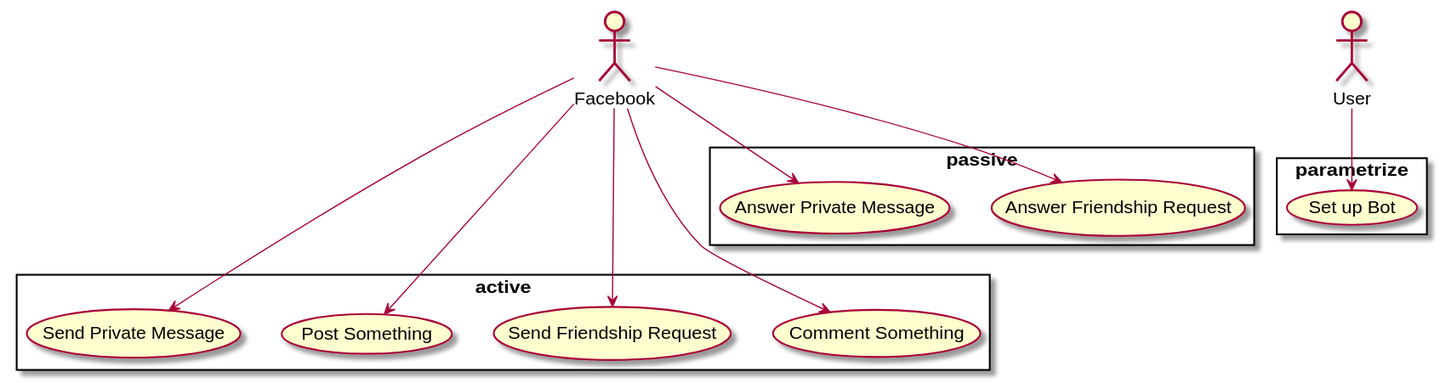
The PlantUML diagram documentation/UseCase.svg in 5l1v3r1/SocialBot-1, before a commit. Its diagram source:
```plantuml
@startuml

rectangle active {
  usecase APM as "Send Private Message"
  usecase APOST as "Post Something"
  usecase AFR as "Send Friendship Request"
  usecase AC as "Comment Something"
}

rectangle passive {
  usecase PFR as "Answer Friendship Request"
  usecase PPM as "Answer Private Message"
}

rectangle parametrize {
  usecase PSUPB as "Set up Bot"
}

:Facebook: ---> APM
:Facebook: ---> APOST
:Facebook: ---> AFR
:Facebook: ---> AC
:Facebook: --> PFR
:Facebook: --> PPM

:User: --> PSUPB

@enduml
```
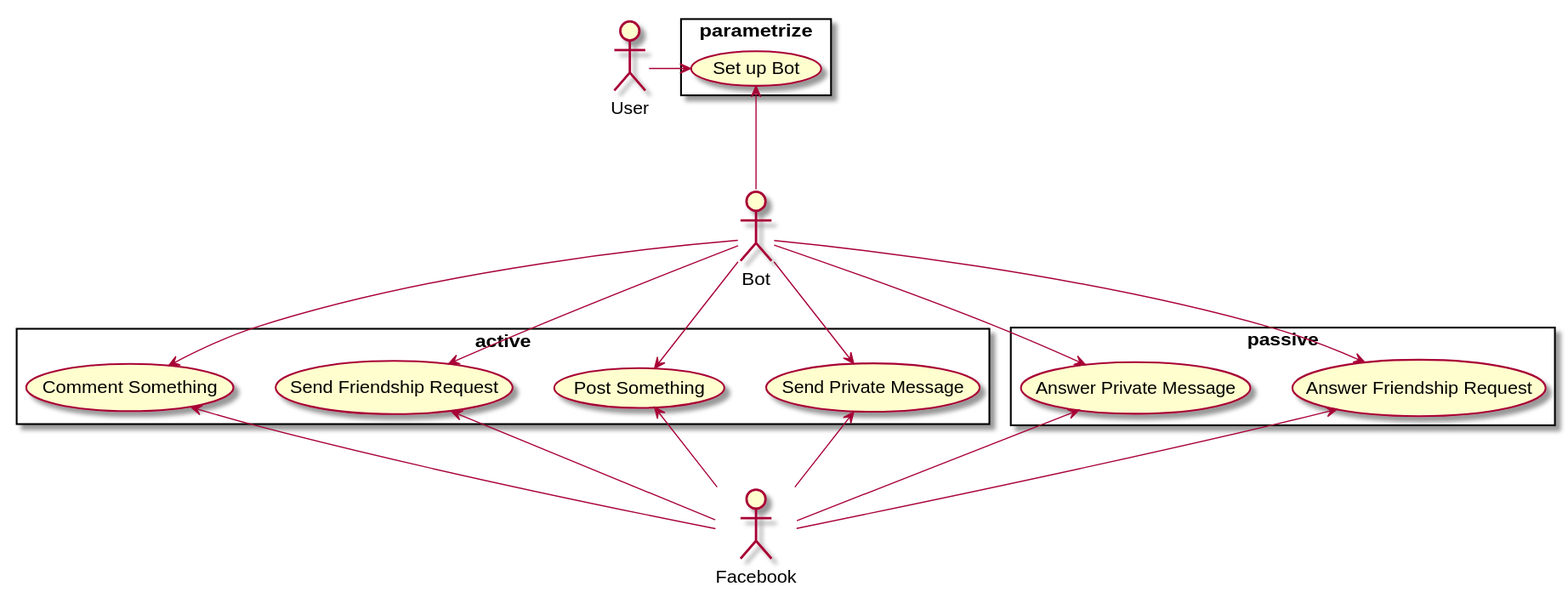
Above is the later version.

Change to the diagram source:
```diff
@@ -16,13 +16,24 @@
   usecase PSUPB as "Set up Bot"
 }
 
-:Facebook: ---> APM
-:Facebook: ---> APOST
-:Facebook: ---> AFR
-:Facebook: ---> AC
-:Facebook: --> PFR
-:Facebook: --> PPM
+:Bot: --> APM
+:Bot: --> APOST
+:Bot: --> AFR
+:Bot: --> AC
+:Bot: --> PFR
+:Bot: --> PPM
 
-:User: --> PSUPB
+:User: -> PSUPB
+
+APM   <-- :Facebook:
+APOST <-- :Facebook:
+AFR   <-- :Facebook:
+AC    <-- :Facebook:
+PFR   <-- :Facebook:
+PPM   <-- :Facebook:
+
+PSUPB <-- :Bot:
+
+
 
 @enduml
```
